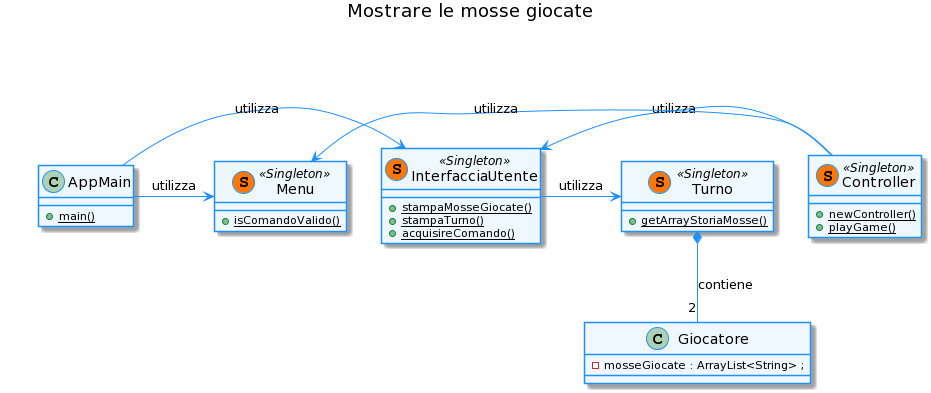
Earlier version of the PlantUML export doc/drawings/MostrareLeMosseGiocate.png (softeng1920-inf-uniba/progetto1920-catmull). Source of this version:
```plantuml
@startuml
skinparam classFontSize 14

skinparam class {
BackgroundColor AliceBlue
ArrowColor DodgerBlue
BorderColor DodgerBlue
}

together {
  class AppMain
  class InterfacciaUtente
  class Menu
}

title Mostrare le mosse giocate

class AppMain{
+ {static} main()
}

class Controller << (S,#FF7700) Singleton >> {
+ {static} newController()
+ {static} playGame()
}

class Menu << (S,#FF7700) Singleton >> {
+ {static} isComandoValido()
}

class InterfacciaUtente << (S,#FF7700) Singleton >>{
+ {static} stampaMosseGiocate()
+ {static} stampaTurno()
+ {static} acquisireComando()
}

class Turno << (S,#FF7700) Singleton >>{
+ {static} getArrayStoriaMosse()
}

class Giocatore{
- mosseGiocate : ArrayList<String> ;
}

Turno *-- "2" Giocatore : contiene
AppMain -> InterfacciaUtente :utilizza
AppMain -> Menu :utilizza
InterfacciaUtente -> Turno : utilizza
Controller -> InterfacciaUtente  : utilizza
Controller -> Menu : utilizza
@enduml
```
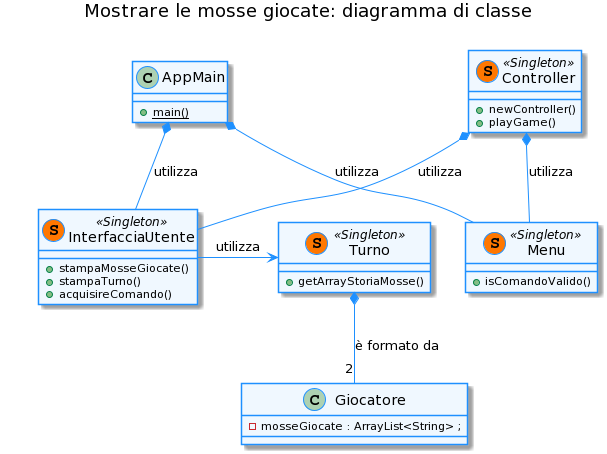
Later version of the same file.

What changed in the source:
```diff
@@ -10,42 +10,42 @@
 together {
   class AppMain
   class InterfacciaUtente
-  class Menu
+  class Turno
 }
 
-title Mostrare le mosse giocate
+title Mostrare le mosse giocate: diagramma di classe
 
 class AppMain{
 + {static} main()
 }
 
 class Controller << (S,#FF7700) Singleton >> {
-+ {static} newController()
-+ {static} playGame()
++ newController()
++ playGame()
 }
 
 class Menu << (S,#FF7700) Singleton >> {
-+ {static} isComandoValido()
++ isComandoValido()
 }
 
 class InterfacciaUtente << (S,#FF7700) Singleton >>{
-+ {static} stampaMosseGiocate()
-+ {static} stampaTurno()
-+ {static} acquisireComando()
++ stampaMosseGiocate()
++ stampaTurno()
++ acquisireComando()
 }
 
 class Turno << (S,#FF7700) Singleton >>{
-+ {static} getArrayStoriaMosse()
++ getArrayStoriaMosse()
 }
 
 class Giocatore{
 - mosseGiocate : ArrayList<String> ;
 }
 
-Turno *-- "2" Giocatore : contiene
-AppMain -> InterfacciaUtente :utilizza
-AppMain -> Menu :utilizza
+Turno *-- "2" Giocatore : è formato da
+AppMain *-- InterfacciaUtente :utilizza
+AppMain *-- Menu :utilizza
 InterfacciaUtente -> Turno : utilizza
-Controller -> InterfacciaUtente  : utilizza
-Controller -> Menu : utilizza
+Controller *-- InterfacciaUtente  : utilizza
+Controller *-- Menu : utilizza
 @enduml
```
